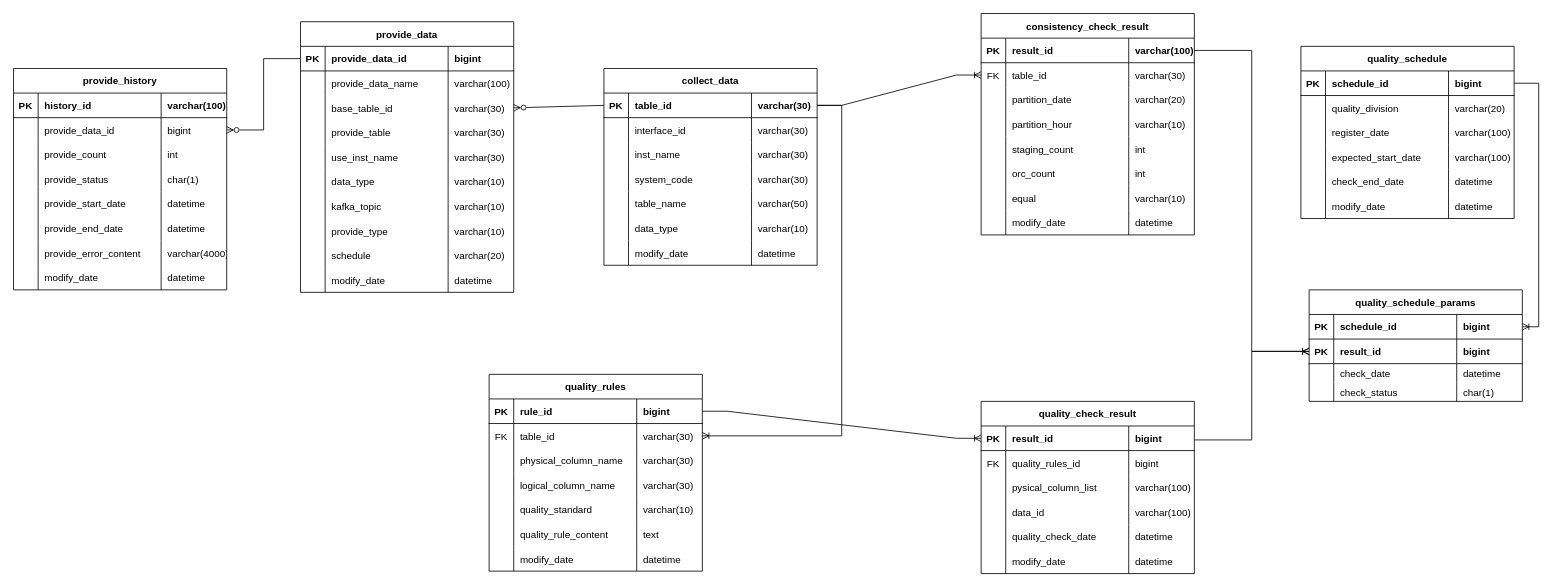
Before: 빅데이터 테이블 설계.drawio in vtw-atm/bigdata-table-diagram, a draw.io diagram. Source tidied: cells renumbered, new cells numbered last; positions are measured from the earlier drawing's top-left corner, leaving out a move shared by most shapes. Both pictures are drawn from the tidied source at 82%, with x=0, y=0 at pixel (13, 13).
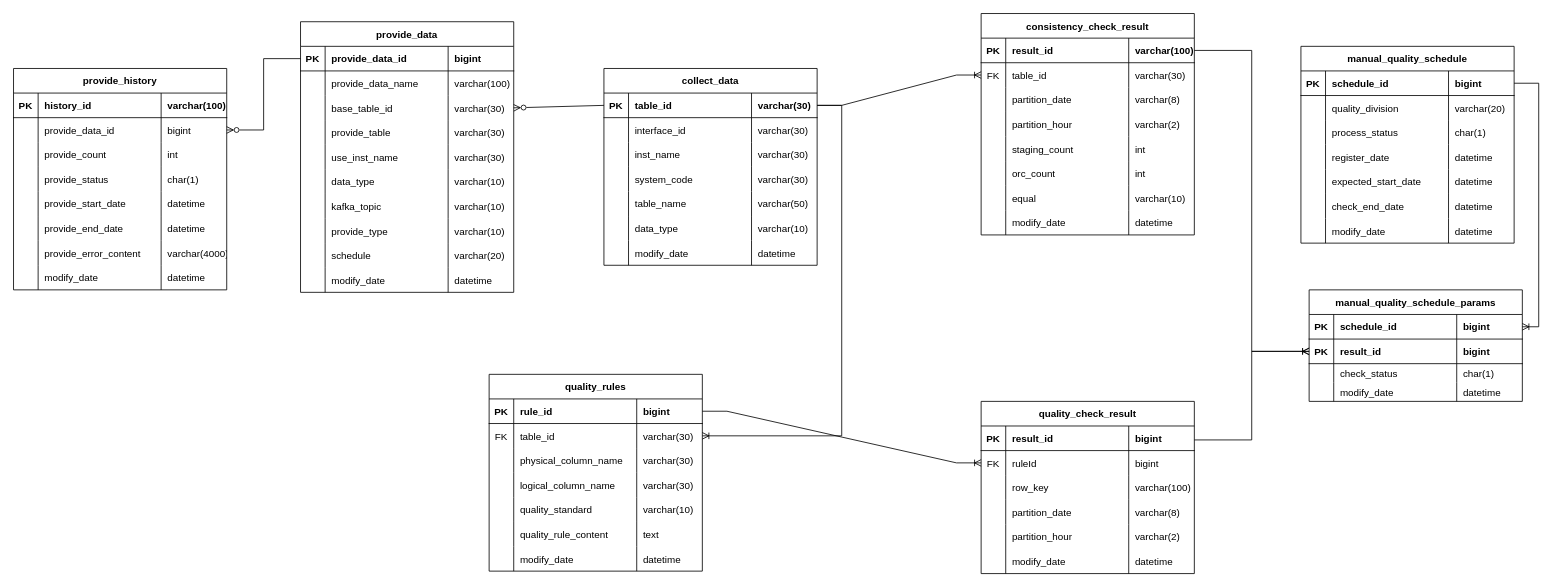
The same page after the edit.

Unchanged cells that the change refers to:
```xml
<mxCell id="57" style="shape=tableRow;horizontal=0;startSize=0;swimlaneHead=0;swimlaneBody=0;fillColor=none;points=[[0,0.5],[1,0.5]];portConstraint=eastwest;top=0;left=0;right=0;bottom=1;rounded=0;" parent="56" vertex="1">
  <mxGeometry y="30" width="260" height="30" as="geometry" />
</mxCell>
<mxCell id="94" style="shape=tableRow;horizontal=0;startSize=0;swimlaneHead=0;swimlaneBody=0;fillColor=none;top=0;left=0;right=0;bottom=0;rounded=0;" parent="85" vertex="1">
  <mxGeometry y="90" width="260" height="30" as="geometry" />
</mxCell>
<mxCell id="98" style="shape=tableRow;horizontal=0;startSize=0;swimlaneHead=0;swimlaneBody=0;fillColor=none;top=0;left=0;right=0;bottom=0;rounded=0;" parent="85" vertex="1">
  <mxGeometry y="120" width="260" height="30" as="geometry" />
</mxCell>
<mxCell id="118" value="quality_check_result" style="shape=table;startSize=30;childLayout=tableLayout;rowLines=0;fontStyle=1;align=center;rounded=0;" parent="1" vertex="1">
  <mxGeometry x="1180" y="473" width="260" height="210" as="geometry" />
</mxCell>
<mxCell id="119" style="shape=tableRow;horizontal=0;startSize=0;swimlaneHead=0;swimlaneBody=0;fillColor=none;points=[[0,0.5],[1,0.5]];portConstraint=eastwest;top=0;left=0;right=0;bottom=1;rounded=0;" parent="118" vertex="1">
  <mxGeometry y="30" width="260" height="30" as="geometry" />
</mxCell>
<mxCell id="123" style="shape=tableRow;horizontal=0;startSize=0;swimlaneHead=0;swimlaneBody=0;fillColor=none;points=[[0,0.5],[1,0.5]];portConstraint=eastwest;top=0;left=0;right=0;bottom=0;rounded=0;" parent="118" vertex="1">
  <mxGeometry y="60" width="260" height="30" as="geometry" />
</mxCell>
<mxCell id="135" style="shape=tableRow;horizontal=0;startSize=0;swimlaneHead=0;swimlaneBody=0;fillColor=none;top=0;left=0;right=0;bottom=0;rounded=0;" parent="118" vertex="1">
  <mxGeometry y="150" width="260" height="30" as="geometry" />
</mxCell>
<mxCell id="231" style="shape=tableRow;horizontal=0;startSize=0;swimlaneHead=0;swimlaneBody=0;fillColor=none;top=0;left=0;right=0;bottom=0;rounded=0;" parent="222" vertex="1">
  <mxGeometry y="90" width="260" height="23" as="geometry" />
</mxCell>
<mxCell id="235" style="shape=tableRow;horizontal=0;startSize=0;swimlaneHead=0;swimlaneBody=0;fillColor=none;top=0;left=0;right=0;bottom=0;rounded=0;" parent="222" vertex="1">
  <mxGeometry y="113" width="260" height="23" as="geometry" />
</mxCell>
```

The edit, as a diff of the source:
```diff
@@
-    <mxCell id="31" value="quality_schedule" style="shape=table;startSize=30;childLayout=tableLayout;rowLines=0;fontStyle=1;align=center;rounded=0;" parent="1" vertex="1">
-      <mxGeometry x="1570" y="40" width="260" height="210" as="geometry" />
+    <mxCell id="31" value="manual_quality_schedule" style="shape=table;startSize=30;childLayout=tableLayout;rowLines=0;fontStyle=1;align=center;rounded=0;" parent="1" vertex="1">
+      <mxGeometry x="1570" y="40" width="260" height="240" as="geometry" />
     </mxCell>
@@
+    <mxCell id="127" style="shape=tableRow;horizontal=0;startSize=0;swimlaneHead=0;swimlaneBody=0;fillColor=none;top=0;left=0;right=0;bottom=0;rounded=0;" parent="31" vertex="1">
+      <mxGeometry y="90" width="260" height="30" as="geometry" />
+    </mxCell>
+    <mxCell id="242" style="shape=partialRectangle;fillColor=none;top=0;left=0;bottom=0;right=0;overflow=hidden;rounded=0;" parent="127" vertex="1">
+      <mxGeometry width="30" height="30" as="geometry" />
+    </mxCell>
+    <mxCell id="243" value="process_status" style="shape=partialRectangle;fillColor=none;top=0;left=0;bottom=0;right=0;align=left;spacingLeft=6;overflow=hidden;rounded=0;" parent="127" vertex="1">
+      <mxGeometry x="30" width="150" height="30" as="geometry" />
+    </mxCell>
+    <mxCell id="244" value="char(1)" style="shape=partialRectangle;fillColor=none;top=0;left=0;bottom=0;right=0;align=left;spacingLeft=6;overflow=hidden;rounded=0;" parent="127" vertex="1">
+      <mxGeometry x="180" width="80" height="30" as="geometry" />
+    </mxCell>
     <mxCell id="40" style="shape=tableRow;horizontal=0;startSize=0;swimlaneHead=0;swimlaneBody=0;fillColor=none;top=0;left=0;right=0;bottom=0;rounded=0;" parent="31" vertex="1">
-      <mxGeometry y="90" width="260" height="30" as="geometry" />
+      <mxGeometry y="120" width="260" height="30" as="geometry" />
     </mxCell>
@@
-    <mxCell id="43" value="varchar(100)" style="shape=partialRectangle;fillColor=none;top=0;left=0;bottom=0;right=0;align=left;spacingLeft=6;overflow=hidden;rounded=0;" parent="40" vertex="1">
+    <mxCell id="43" value="datetime" style="shape=partialRectangle;fillColor=none;top=0;left=0;bottom=0;right=0;align=left;spacingLeft=6;overflow=hidden;rounded=0;" parent="40" vertex="1">
       <mxGeometry x="180" width="80" height="30" as="geometry" />
     </mxCell>
     <mxCell id="44" style="shape=tableRow;horizontal=0;startSize=0;swimlaneHead=0;swimlaneBody=0;fillColor=none;top=0;left=0;right=0;bottom=0;rounded=0;" parent="31" vertex="1">
-      <mxGeometry y="120" width="260" height="30" as="geometry" />
+      <mxGeometry y="150" width="260" height="30" as="geometry" />
     </mxCell>
@@
-    <mxCell id="47" value="varchar(100)" style="shape=partialRectangle;fillColor=none;top=0;left=0;bottom=0;right=0;align=left;spacingLeft=6;overflow=hidden;rounded=0;" parent="44" vertex="1">
+    <mxCell id="47" value="datetime" style="shape=partialRectangle;fillColor=none;top=0;left=0;bottom=0;right=0;align=left;spacingLeft=6;overflow=hidden;rounded=0;" parent="44" vertex="1">
       <mxGeometry x="180" width="80" height="30" as="geometry" />
     </mxCell>
     <mxCell id="48" style="shape=tableRow;horizontal=0;startSize=0;swimlaneHead=0;swimlaneBody=0;fillColor=none;top=0;left=0;right=0;bottom=0;rounded=0;" parent="31" vertex="1">
-      <mxGeometry y="150" width="260" height="30" as="geometry" />
+      <mxGeometry y="180" width="260" height="30" as="geometry" />
     </mxCell>
@@
     <mxCell id="52" style="shape=tableRow;horizontal=0;startSize=0;swimlaneHead=0;swimlaneBody=0;fillColor=none;top=0;left=0;right=0;bottom=0;rounded=0;" parent="31" vertex="1">
-      <mxGeometry y="180" width="260" height="30" as="geometry" />
+      <mxGeometry y="210" width="260" height="30" as="geometry" />
     </mxCell>
@@
-    <mxCell id="97" value="varchar(20)" style="shape=partialRectangle;fillColor=none;top=0;left=0;bottom=0;right=0;align=left;spacingLeft=6;overflow=hidden;rounded=0;" parent="94" vertex="1">
+    <mxCell id="97" value="varchar(8)" style="shape=partialRectangle;fillColor=none;top=0;left=0;bottom=0;right=0;align=left;spacingLeft=6;overflow=hidden;rounded=0;" parent="94" vertex="1">
       <mxGeometry x="180" width="80" height="30" as="geometry" />
     </mxCell>
@@
-    <mxCell id="101" value="varchar(10)" style="shape=partialRectangle;fillColor=none;top=0;left=0;bottom=0;right=0;align=left;spacingLeft=6;overflow=hidden;rounded=0;" parent="98" vertex="1">
+    <mxCell id="101" value="varchar(2)" style="shape=partialRectangle;fillColor=none;top=0;left=0;bottom=0;right=0;align=left;spacingLeft=6;overflow=hidden;rounded=0;" parent="98" vertex="1">
       <mxGeometry x="180" width="80" height="30" as="geometry" />
     </mxCell>
@@
-    <mxCell id="125" value="quality_rules_id" style="shape=partialRectangle;fillColor=none;top=0;left=0;bottom=0;right=0;align=left;spacingLeft=6;overflow=hidden;rounded=0;" parent="123" vertex="1">
+    <mxCell id="125" value="ruleId" style="shape=partialRectangle;fillColor=none;top=0;left=0;bottom=0;right=0;align=left;spacingLeft=6;overflow=hidden;rounded=0;" parent="123" vertex="1">
       <mxGeometry x="30" width="150" height="30" as="geometry" />
     </mxCell>
@@
-    <mxCell id="127" style="shape=tableRow;horizontal=0;startSize=0;swimlaneHead=0;swimlaneBody=0;fillColor=none;top=0;left=0;right=0;bottom=0;rounded=0;" parent="118" vertex="1">
-      <mxGeometry y="90" width="260" height="30" as="geometry" />
-    </mxCell>
-    <mxCell id="128" style="shape=partialRectangle;fillColor=none;top=0;left=0;bottom=0;right=0;overflow=hidden;rounded=0;" parent="127" vertex="1">
-      <mxGeometry width="30" height="30" as="geometry" />
-    </mxCell>
-    <mxCell id="129" value="pysical_column_list" style="shape=partialRectangle;fillColor=none;top=0;left=0;bottom=0;right=0;align=left;spacingLeft=6;overflow=hidden;rounded=0;" parent="127" vertex="1">
-      <mxGeometry x="30" width="150" height="30" as="geometry" />
-    </mxCell>
-    <mxCell id="130" value="varchar(100)" style="shape=partialRectangle;fillColor=none;top=0;left=0;bottom=0;right=0;align=left;spacingLeft=6;overflow=hidden;rounded=0;" parent="127" vertex="1">
-      <mxGeometry x="180" width="80" height="30" as="geometry" />
-    </mxCell>
     <mxCell id="131" style="shape=tableRow;horizontal=0;startSize=0;swimlaneHead=0;swimlaneBody=0;fillColor=none;top=0;left=0;right=0;bottom=0;rounded=0;" parent="118" vertex="1">
-      <mxGeometry y="120" width="260" height="30" as="geometry" />
+      <mxGeometry y="90" width="260" height="30" as="geometry" />
     </mxCell>
@@
-    <mxCell id="133" value="data_id" style="shape=partialRectangle;fillColor=none;top=0;left=0;bottom=0;right=0;align=left;spacingLeft=6;overflow=hidden;rounded=0;" parent="131" vertex="1">
+    <mxCell id="133" value="row_key" style="shape=partialRectangle;fillColor=none;top=0;left=0;bottom=0;right=0;align=left;spacingLeft=6;overflow=hidden;rounded=0;" parent="131" vertex="1">
       <mxGeometry x="30" width="150" height="30" as="geometry" />
     </mxCell>
@@
+    <mxCell id="245" style="shape=tableRow;horizontal=0;startSize=0;swimlaneHead=0;swimlaneBody=0;fillColor=none;top=0;left=0;right=0;bottom=0;rounded=0;" parent="118" vertex="1">
+      <mxGeometry y="120" width="260" height="30" as="geometry" />
+    </mxCell>
+    <mxCell id="246" style="shape=partialRectangle;fillColor=none;top=0;left=0;bottom=0;right=0;overflow=hidden;rounded=0;" parent="245" vertex="1">
+      <mxGeometry width="30" height="30" as="geometry" />
+    </mxCell>
+    <mxCell id="247" value="partition_date" style="shape=partialRectangle;fillColor=none;top=0;left=0;bottom=0;right=0;align=left;spacingLeft=6;overflow=hidden;rounded=0;" parent="245" vertex="1">
+      <mxGeometry x="30" width="150" height="30" as="geometry" />
+    </mxCell>
+    <mxCell id="248" value="varchar(8)" style="shape=partialRectangle;fillColor=none;top=0;left=0;bottom=0;right=0;align=left;spacingLeft=6;overflow=hidden;rounded=0;" parent="245" vertex="1">
+      <mxGeometry x="180" width="80" height="30" as="geometry" />
+    </mxCell>
@@
-    <mxCell id="136" style="shape=partialRectangle;fillColor=none;top=0;left=0;bottom=0;right=0;overflow=hidden;rounded=0;" parent="135" vertex="1">
-      <mxGeometry width="30" height="30" as="geometry" />
-    </mxCell>
-    <mxCell id="137" value="quality_check_date" style="shape=partialRectangle;fillColor=none;top=0;left=0;bottom=0;right=0;align=left;spacingLeft=6;overflow=hidden;rounded=0;" parent="135" vertex="1">
-      <mxGeometry x="30" width="150" height="30" as="geometry" />
-    </mxCell>
-    <mxCell id="138" value="datetime" style="shape=partialRectangle;fillColor=none;top=0;left=0;bottom=0;right=0;align=left;spacingLeft=6;overflow=hidden;rounded=0;" parent="135" vertex="1">
-      <mxGeometry x="180" width="80" height="30" as="geometry" />
-    </mxCell>
+    <mxCell id="249" style="shape=partialRectangle;fillColor=none;top=0;left=0;bottom=0;right=0;overflow=hidden;rounded=0;" parent="135" vertex="1">
+      <mxGeometry width="30" height="30" as="geometry" />
+    </mxCell>
+    <mxCell id="250" value="partition_hour" style="shape=partialRectangle;fillColor=none;top=0;left=0;bottom=0;right=0;align=left;spacingLeft=6;overflow=hidden;rounded=0;" parent="135" vertex="1">
+      <mxGeometry x="30" width="150" height="30" as="geometry" />
+    </mxCell>
+    <mxCell id="251" value="varchar(2)" style="shape=partialRectangle;fillColor=none;top=0;left=0;bottom=0;right=0;align=left;spacingLeft=6;overflow=hidden;rounded=0;" parent="135" vertex="1">
+      <mxGeometry x="180" width="80" height="30" as="geometry" />
+    </mxCell>
@@
-    <mxCell id="186" style="edgeStyle=entityRelationEdgeStyle;fontSize=12;html=1;endArrow=ERoneToMany;rounded=0;entryX=0;entryY=0.5;entryDx=0;entryDy=0;exitX=1;exitY=0.5;exitDx=0;exitDy=0;" parent="1" edge="1" source="57" target="119">
+    <mxCell id="186" style="edgeStyle=entityRelationEdgeStyle;fontSize=12;html=1;endArrow=ERoneToMany;rounded=0;entryX=0;entryY=0.5;entryDx=0;entryDy=0;exitX=1;exitY=0.5;exitDx=0;exitDy=0;" parent="1" edge="1" source="57" target="123">
       <mxGeometry relative="1" as="geometry" />
     </mxCell>
@@
-    <mxCell id="222" value="quality_schedule_params" style="shape=table;startSize=30;childLayout=tableLayout;rowLines=0;fontStyle=1;align=center;rounded=0;" parent="1" vertex="1">
+    <mxCell id="222" value="manual_quality_schedule_params" style="shape=table;startSize=30;childLayout=tableLayout;rowLines=0;fontStyle=1;align=center;rounded=0;" parent="1" vertex="1">
       <mxGeometry x="1580" y="337" width="260" height="136" as="geometry" />
     </mxCell>
@@
-    <mxCell id="233" value="check_date" style="shape=partialRectangle;fillColor=none;top=0;left=0;bottom=0;right=0;align=left;spacingLeft=6;overflow=hidden;rounded=0;" parent="231" vertex="1">
+    <mxCell id="233" value="check_status" style="shape=partialRectangle;fillColor=none;top=0;left=0;bottom=0;right=0;align=left;spacingLeft=6;overflow=hidden;rounded=0;" parent="231" vertex="1">
       <mxGeometry x="30" width="150" height="23" as="geometry" />
     </mxCell>
-    <mxCell id="234" value="datetime" style="shape=partialRectangle;fillColor=none;top=0;left=0;bottom=0;right=0;align=left;spacingLeft=6;overflow=hidden;rounded=0;" parent="231" vertex="1">
+    <mxCell id="234" value="char(1)" style="shape=partialRectangle;fillColor=none;top=0;left=0;bottom=0;right=0;align=left;spacingLeft=6;overflow=hidden;rounded=0;" parent="231" vertex="1">
       <mxGeometry x="180" width="80" height="23" as="geometry" />
     </mxCell>
@@
-    <mxCell id="237" value="check_status   " style="shape=partialRectangle;fillColor=none;top=0;left=0;bottom=0;right=0;align=left;spacingLeft=6;overflow=hidden;rounded=0;" parent="235" vertex="1">
+    <mxCell id="237" value="modify_date" style="shape=partialRectangle;fillColor=none;top=0;left=0;bottom=0;right=0;align=left;spacingLeft=6;overflow=hidden;rounded=0;" parent="235" vertex="1">
       <mxGeometry x="30" width="150" height="23" as="geometry" />
     </mxCell>
-    <mxCell id="238" value="char(1)" style="shape=partialRectangle;fillColor=none;top=0;left=0;bottom=0;right=0;align=left;spacingLeft=6;overflow=hidden;rounded=0;" parent="235" vertex="1">
+    <mxCell id="238" value="datetime" style="shape=partialRectangle;fillColor=none;top=0;left=0;bottom=0;right=0;align=left;spacingLeft=6;overflow=hidden;rounded=0;" parent="235" vertex="1">
       <mxGeometry x="180" width="80" height="23" as="geometry" />
     </mxCell>
```
